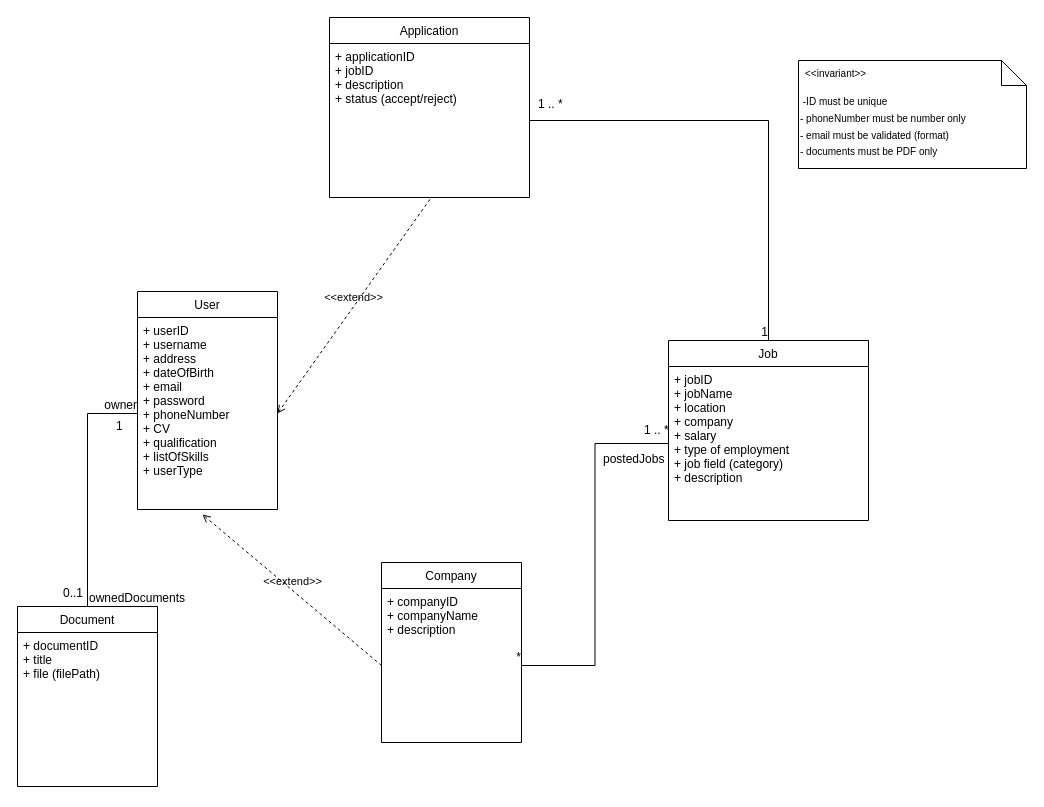
The draw.io diagram uml/information_domain_model.drawio in troppdus/MyWorstJobApp, before the edit. Source tidied: cells renumbered, new cells numbered last; positions are measured from the earlier drawing's top-left corner, leaving out a move shared by most shapes. Both pictures are drawn from the tidied source at 100%, with x=0, y=0 at pixel (17, 17).
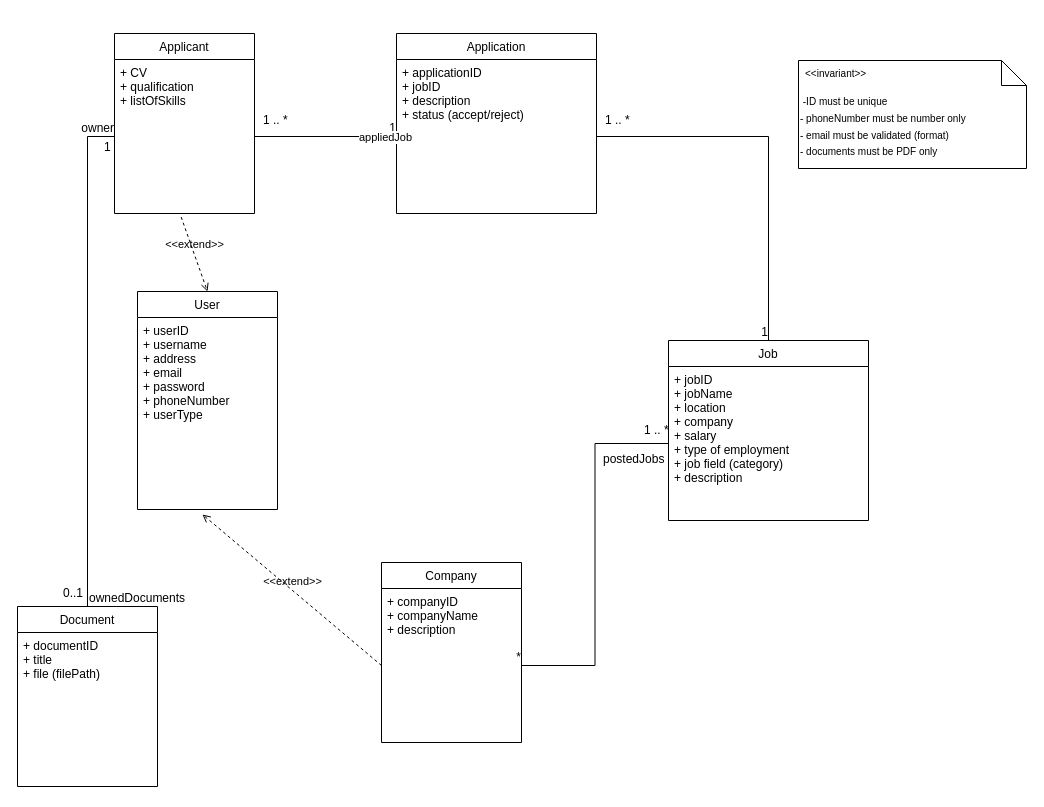
After the change.

Commit message (it also covers changes not shown here):
add Applicant class

The change refers to these unchanged cells:
```xml
<mxCell id="2" value="User" style="swimlane;fontStyle=0;horizontal=1;startSize=26;fillColor=none;" parent="1" vertex="1">
  <mxGeometry x="120" y="274" width="140" height="218" as="geometry" />
</mxCell>
<mxCell id="9" value="+ applicationID&#10;+ jobID&#10;+ description&#10;+ status (accept/reject)&#10;&#10;" style="text;strokeColor=none;fillColor=none;align=left;verticalAlign=top;spacingLeft=4;spacingRight=4;overflow=hidden;points=[[0,0.5],[1,0.5]];portConstraint=eastwest;" parent="8" vertex="1">
  <mxGeometry y="26" width="200" height="154" as="geometry" />
</mxCell>
<mxCell id="12" value="Document" style="swimlane;fontStyle=0;horizontal=1;startSize=26;fillColor=none;" parent="1" vertex="1">
  <mxGeometry y="589" width="140" height="180" as="geometry" />
</mxCell>
```

Diff of the diagram source:
```diff
@@
-    <mxCell id="3" value="+ userID&#10;+ username&#10;+ address&#10;+ dateOfBirth&#10;+ email&#10;+ password&#10;+ phoneNumber&#10;+ CV&#10;+ qualification&#10;+ listOfSkills&#10;+ userType&#10;" style="text;strokeColor=none;fillColor=none;align=left;verticalAlign=top;spacingLeft=4;spacingRight=4;overflow=hidden;points=[[0,0.5],[1,0.5]];portConstraint=eastwest;" parent="2" vertex="1">
+    <mxCell id="3" value="+ userID&#10;+ username&#10;+ address&#10;+ email&#10;+ password&#10;+ phoneNumber&#10;+ userType&#10;" style="text;strokeColor=none;fillColor=none;align=left;verticalAlign=top;spacingLeft=4;spacingRight=4;overflow=hidden;points=[[0,0.5],[1,0.5]];portConstraint=eastwest;" parent="2" vertex="1">
       <mxGeometry y="26" width="140" height="192" as="geometry" />
     </mxCell>
@@
     <mxCell id="8" value="Application" style="swimlane;fontStyle=0;horizontal=1;startSize=26;fillColor=none;" parent="1" vertex="1">
-      <mxGeometry x="312" width="200" height="180" as="geometry" />
+      <mxGeometry x="379" y="16" width="200" height="180" as="geometry" />
     </mxCell>
@@
-    <mxCell id="14" style="endArrow=none;html=1;rounded=0;align=center;verticalAlign=top;endFill=0;labelBackgroundColor=none;exitX=0.5;exitY=0;exitDx=0;exitDy=0;entryX=0;entryY=0.5;entryDx=0;entryDy=0;edgeStyle=orthogonalEdgeStyle;" parent="1" edge="1" source="12" target="3">
+    <mxCell id="14" style="endArrow=none;html=1;rounded=0;align=center;verticalAlign=top;endFill=0;labelBackgroundColor=none;exitX=0.5;exitY=0;exitDx=0;exitDy=0;entryX=0;entryY=0.5;entryDx=0;entryDy=0;edgeStyle=orthogonalEdgeStyle;" parent="1" edge="1" source="12" target="29">
       <mxGeometry relative="1" as="geometry" />
     </mxCell>
@@
     <mxCell id="18" value="1" style="html=1;align=left;verticalAlign=top;labelBackgroundColor=none;" parent="1" vertex="1">
-      <mxGeometry x="97" y="395" as="geometry" />
+      <mxGeometry x="85" y="116" as="geometry" />
     </mxCell>
@@
-    <mxCell id="26" value="&amp;lt;&amp;lt;extend&amp;gt;&amp;gt;" style="html=1;verticalAlign=bottom;labelBackgroundColor=none;endArrow=open;endFill=0;dashed=1;exitX=0.502;exitY=1.012;exitDx=0;exitDy=0;exitPerimeter=0;entryX=1;entryY=0.5;entryDx=0;entryDy=0;" parent="1" edge="1" source="9" target="3">
+    <mxCell id="26" value="&amp;lt;&amp;lt;extend&amp;gt;&amp;gt;" style="html=1;verticalAlign=bottom;labelBackgroundColor=none;endArrow=open;endFill=0;dashed=1;entryX=0.5;entryY=0;entryDx=0;entryDy=0;exitX=0.476;exitY=1.023;exitDx=0;exitDy=0;exitPerimeter=0;" parent="1" edge="1" source="29" target="2">
       <mxGeometry relative="1" as="geometry" />
     </mxCell>
@@
+    <mxCell id="28" value="Applicant" style="swimlane;fontStyle=0;horizontal=1;startSize=26;fillColor=none;" parent="1" vertex="1">
+      <mxGeometry x="97" y="16" width="140" height="180" as="geometry" />
+    </mxCell>
+    <mxCell id="29" value="+ CV&#10;+ qualification&#10;+ listOfSkills" style="text;strokeColor=none;fillColor=none;align=left;verticalAlign=top;spacingLeft=4;spacingRight=4;overflow=hidden;points=[[0,0.5],[1,0.5]];portConstraint=eastwest;" parent="28" vertex="1">
+      <mxGeometry y="26" width="140" height="154" as="geometry" />
+    </mxCell>
+    <mxCell id="30" style="endArrow=none;html=1;rounded=0;align=center;verticalAlign=top;endFill=0;labelBackgroundColor=none;exitX=1;exitY=0.5;exitDx=0;exitDy=0;entryX=0;entryY=0.5;entryDx=0;entryDy=0;edgeStyle=orthogonalEdgeStyle;" parent="1" edge="1" source="29" target="9">
+      <mxGeometry relative="1" as="geometry" />
+    </mxCell>
+    <mxCell id="31" value="1 .. *" style="html=1;align=left;verticalAlign=top;labelBackgroundColor=none;" parent="30" vertex="1">
+      <mxGeometry x="-1" relative="1" as="geometry">
+        <mxPoint x="7" y="-30" as="offset" />
+      </mxGeometry>
+    </mxCell>
+    <mxCell id="32" value="1" style="html=1;align=right;verticalAlign=bottom;labelBackgroundColor=none;" parent="30" vertex="1">
+      <mxGeometry x="1" relative="1" as="geometry" />
+    </mxCell>
+    <mxCell id="33" value="appliedJob" style="edgeLabel;html=1;align=center;verticalAlign=middle;" parent="30" vertex="1">
+      <mxGeometry x="0.83" relative="1" as="geometry" />
+    </mxCell>
```
